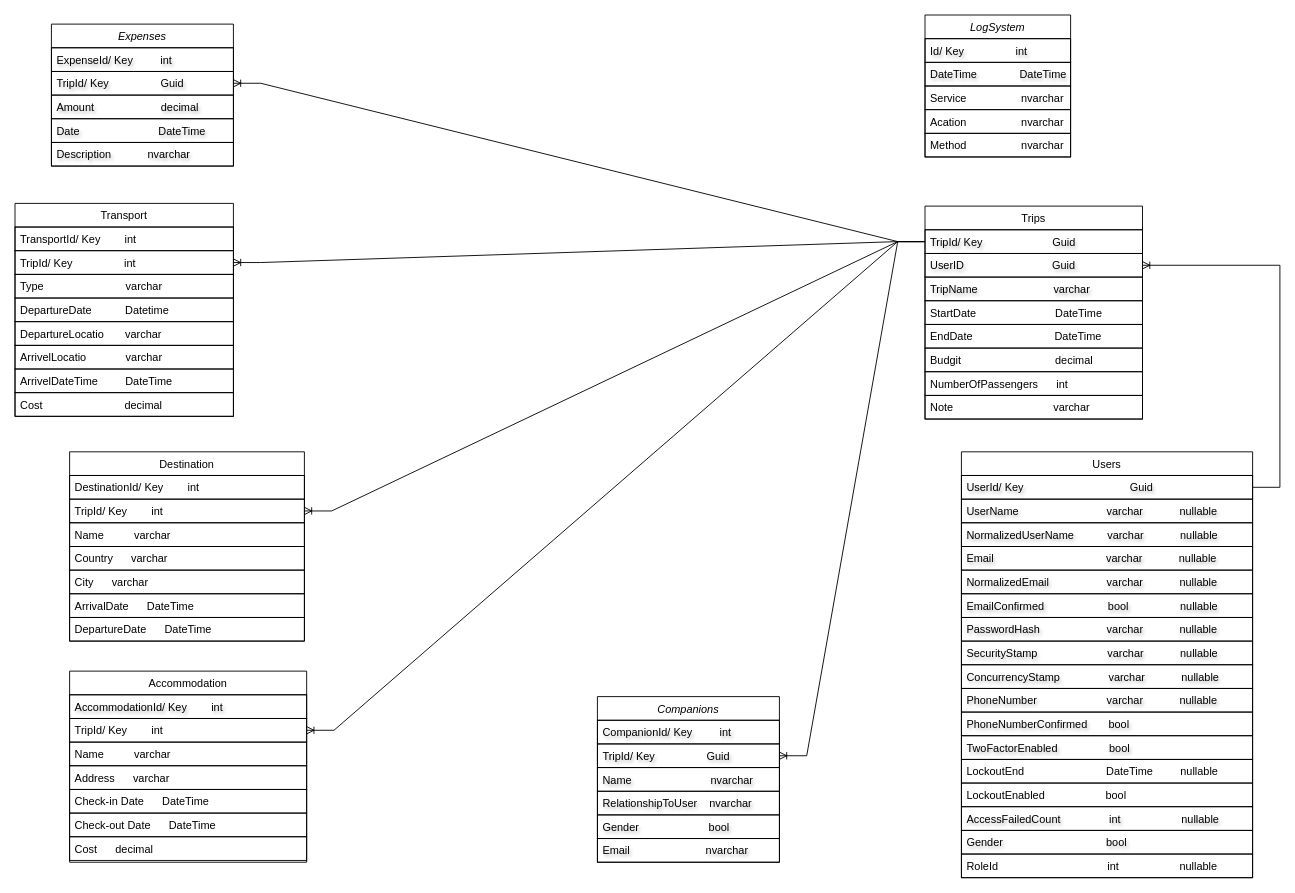
This is ERD_FlightHelper.drawio from EthAlenazi/Flight_Helper, a draw.io file, before an edit. Source tidied: cells renumbered, new cells numbered last; positions are measured from the earlier drawing's top-left corner, leaving out a move shared by most shapes. Both pictures are drawn from the tidied source at 91%, with x=0, y=0 at pixel (15, 15).
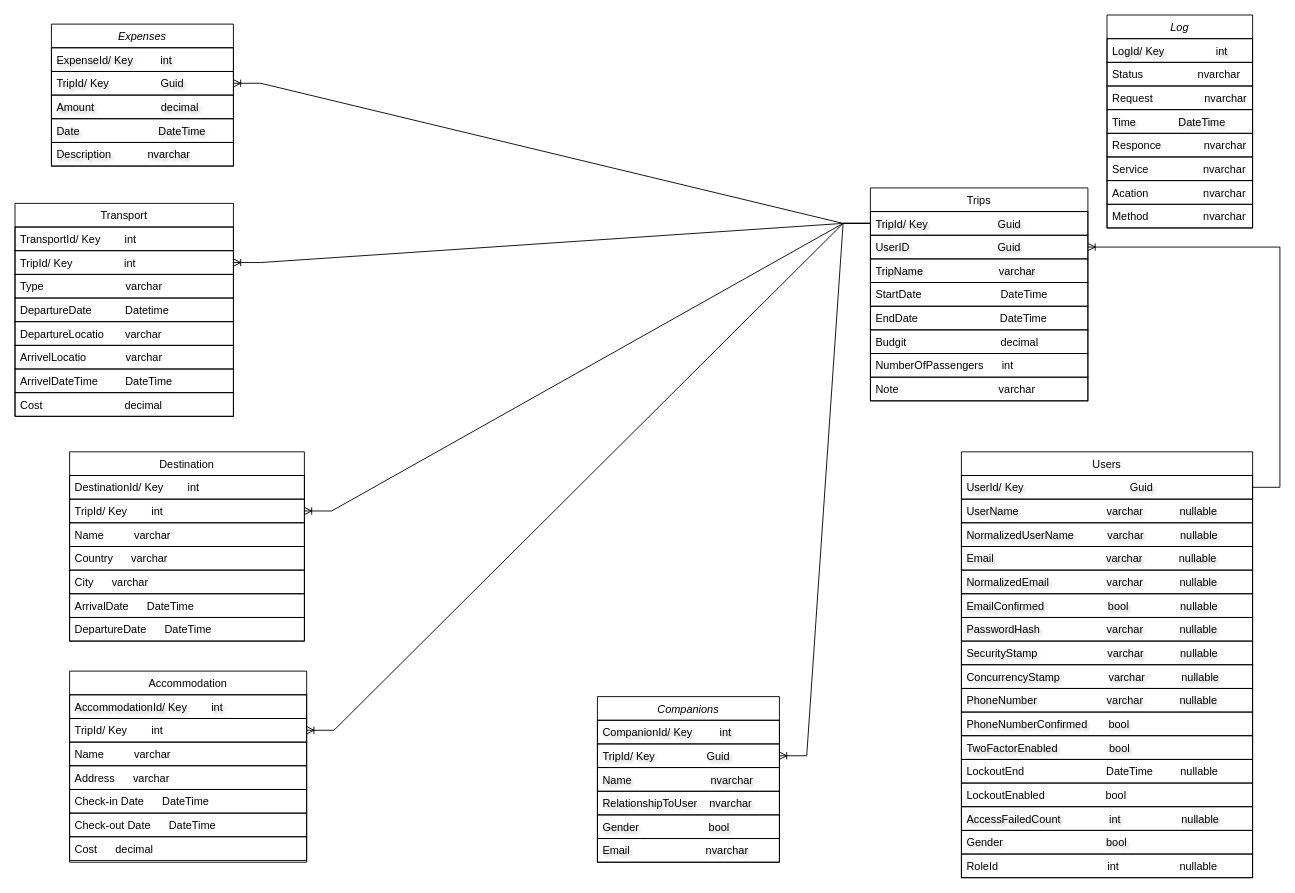
After the change.

What changed in the source:
```diff
@@
-    <mxCell id="2" value="LogSystem" style="swimlane;fontStyle=2;align=center;verticalAlign=top;horizontal=1;startSize=26;rounded=0;shadow=0;strokeWidth=1;" parent="1" vertex="1">
-      <mxGeometry x="1000" width="160" height="156" as="geometry" />
+    <mxCell id="2" value="Log" style="swimlane;fontStyle=2;align=center;verticalAlign=top;horizontal=1;startSize=26;rounded=0;shadow=0;strokeWidth=1;" parent="1" vertex="1">
+      <mxGeometry x="1200" width="160" height="234" as="geometry" />
     </mxCell>
-    <mxCell id="3" value="Id/ Key                 int" style="text;align=left;verticalAlign=top;spacingLeft=4;spacingRight=4;overflow=hidden;textShadow=1;strokeColor=default;" parent="2" vertex="1">
+    <mxCell id="3" value="LogId/ Key                 int" style="text;align=left;verticalAlign=top;spacingLeft=4;spacingRight=4;overflow=hidden;textShadow=1;strokeColor=default;" parent="2" vertex="1">
       <mxGeometry y="26" width="160" height="26" as="geometry" />
     </mxCell>
+    <mxCell id="79" value="Status                  nvarchar" style="text;align=left;verticalAlign=top;spacingLeft=4;spacingRight=4;overflow=hidden;rounded=0;shadow=0;html=0;strokeColor=default;" parent="2" vertex="1">
+      <mxGeometry y="52" width="160" height="26" as="geometry" />
+    </mxCell>
+    <mxCell id="80" value="Request                 nvarchar" style="text;align=left;verticalAlign=top;spacingLeft=4;spacingRight=4;overflow=hidden;rounded=0;shadow=0;html=0;strokeColor=default;" parent="2" vertex="1">
+      <mxGeometry y="78" width="160" height="26" as="geometry" />
+    </mxCell>
-    <mxCell id="4" value="DateTime              DateTime" style="text;align=left;verticalAlign=top;spacingLeft=4;spacingRight=4;overflow=hidden;labelBorderColor=none;textShadow=1;strokeColor=default;" parent="2" vertex="1">
-      <mxGeometry y="52" width="160" height="26" as="geometry" />
+    <mxCell id="4" value="Time              DateTime" style="text;align=left;verticalAlign=top;spacingLeft=4;spacingRight=4;overflow=hidden;labelBorderColor=none;textShadow=1;strokeColor=default;" parent="2" vertex="1">
+      <mxGeometry y="104" width="160" height="26" as="geometry" />
     </mxCell>
+    <mxCell id="81" value="Responce              nvarchar" style="text;align=left;verticalAlign=top;spacingLeft=4;spacingRight=4;overflow=hidden;rounded=0;shadow=0;html=0;strokeColor=default;" parent="2" vertex="1">
+      <mxGeometry y="130" width="160" height="26" as="geometry" />
+    </mxCell>
     <mxCell id="5" value="Service                  nvarchar" style="text;align=left;verticalAlign=top;spacingLeft=4;spacingRight=4;overflow=hidden;rounded=0;shadow=0;html=0;strokeColor=default;" parent="2" vertex="1">
-      <mxGeometry y="78" width="160" height="26" as="geometry" />
+      <mxGeometry y="156" width="160" height="26" as="geometry" />
     </mxCell>
     <mxCell id="6" value="Acation                  nvarchar" style="text;align=left;verticalAlign=top;spacingLeft=4;spacingRight=4;overflow=hidden;textShadow=0;strokeColor=default;" parent="2" vertex="1">
-      <mxGeometry y="104" width="160" height="26" as="geometry" />
+      <mxGeometry y="182" width="160" height="26" as="geometry" />
     </mxCell>
     <mxCell id="7" value="Method                  nvarchar" style="text;align=left;verticalAlign=top;spacingLeft=4;spacingRight=4;overflow=hidden;textShadow=0;strokeColor=default;" parent="2" vertex="1">
-      <mxGeometry y="130" width="160" height="26" as="geometry" />
+      <mxGeometry y="208" width="160" height="26" as="geometry" />
     </mxCell>
     <mxCell id="8" value="Trips" style="swimlane;fontStyle=0;align=center;verticalAlign=top;horizontal=1;startSize=26;rounded=0;shadow=0;strokeWidth=1;" parent="1" vertex="1">
-      <mxGeometry x="1000" y="210" width="239" height="234" as="geometry" />
+      <mxGeometry x="940" y="190" width="239" height="234" as="geometry" />
     </mxCell>
```
